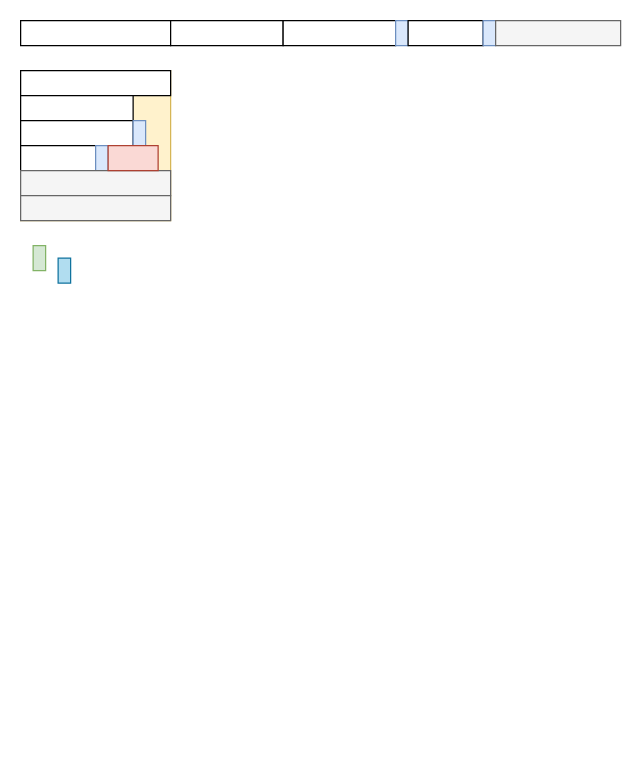
Before: page "Курсор дисплея" (7 of 7) of _Doc/LPM_class_component_diagram.drawio in Teslatec/LPM_Editor, a draw.io diagram. Source tidied: cells renumbered, new cells numbered last; positions are measured from the earlier drawing's top-left corner, leaving out a move shared by most shapes. Both pictures are drawn from the tidied source at 125%, with x=0, y=0 at pixel (20, 20).
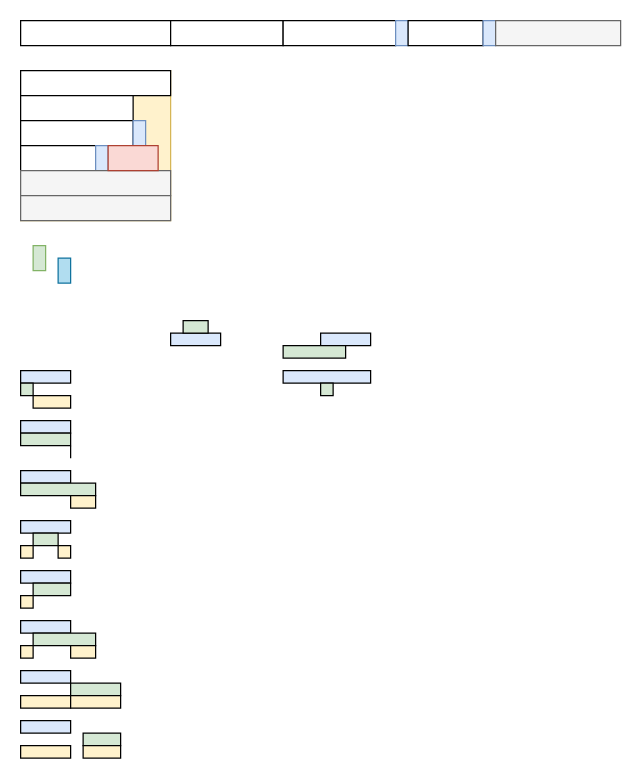
After the change.

What changed in the source:
```diff
@@
+    <mxCell id="21" style="rounded=0;whiteSpace=wrap;html=1;fillColor=#dae8fc;strokeColor=#000000;" parent="1" vertex="1">
+      <mxGeometry y="280" width="40" height="10" as="geometry" />
+    </mxCell>
+    <mxCell id="22" style="rounded=0;whiteSpace=wrap;html=1;fillColor=#d5e8d4;strokeColor=#000000;" parent="1" vertex="1">
+      <mxGeometry y="290" width="10" height="10" as="geometry" />
+    </mxCell>
+    <mxCell id="23" style="rounded=0;whiteSpace=wrap;html=1;fillColor=#dae8fc;strokeColor=#000000;" parent="1" vertex="1">
+      <mxGeometry y="360" width="40" height="10" as="geometry" />
+    </mxCell>
+    <mxCell id="24" style="rounded=0;whiteSpace=wrap;html=1;fillColor=#d5e8d4;strokeColor=#000000;" parent="1" vertex="1">
+      <mxGeometry y="370" width="60" height="10" as="geometry" />
+    </mxCell>
+    <mxCell id="25" style="rounded=0;whiteSpace=wrap;html=1;fillColor=#dae8fc;strokeColor=#000000;" parent="1" vertex="1">
+      <mxGeometry y="440" width="40" height="10" as="geometry" />
+    </mxCell>
+    <mxCell id="26" style="rounded=0;whiteSpace=wrap;html=1;fillColor=#d5e8d4;strokeColor=#000000;" parent="1" vertex="1">
+      <mxGeometry x="10" y="450" width="30" height="10" as="geometry" />
+    </mxCell>
+    <mxCell id="27" style="rounded=0;whiteSpace=wrap;html=1;fillColor=#dae8fc;strokeColor=#000000;" parent="1" vertex="1">
+      <mxGeometry y="320" width="40" height="10" as="geometry" />
+    </mxCell>
+    <mxCell id="28" style="rounded=0;whiteSpace=wrap;html=1;fillColor=#d5e8d4;strokeColor=#000000;" parent="1" vertex="1">
+      <mxGeometry y="330" width="40" height="10" as="geometry" />
+    </mxCell>
+    <mxCell id="29" style="rounded=0;whiteSpace=wrap;html=1;fillColor=#dae8fc;strokeColor=#000000;" parent="1" vertex="1">
+      <mxGeometry y="400" width="40" height="10" as="geometry" />
+    </mxCell>
+    <mxCell id="30" style="rounded=0;whiteSpace=wrap;html=1;fillColor=#d5e8d4;strokeColor=#000000;" parent="1" vertex="1">
+      <mxGeometry x="10" y="410" width="20" height="10" as="geometry" />
+    </mxCell>
+    <mxCell id="31" style="rounded=0;whiteSpace=wrap;html=1;fillColor=#dae8fc;strokeColor=#000000;" parent="1" vertex="1">
+      <mxGeometry y="480" width="40" height="10" as="geometry" />
+    </mxCell>
+    <mxCell id="32" style="rounded=0;whiteSpace=wrap;html=1;fillColor=#d5e8d4;strokeColor=#000000;" parent="1" vertex="1">
+      <mxGeometry x="10" y="490" width="50" height="10" as="geometry" />
+    </mxCell>
+    <mxCell id="33" style="rounded=0;whiteSpace=wrap;html=1;fillColor=#dae8fc;strokeColor=#000000;" parent="1" vertex="1">
+      <mxGeometry y="520" width="40" height="10" as="geometry" />
+    </mxCell>
+    <mxCell id="34" style="rounded=0;whiteSpace=wrap;html=1;fillColor=#d5e8d4;strokeColor=#000000;" parent="1" vertex="1">
+      <mxGeometry x="40" y="530" width="40" height="10" as="geometry" />
+    </mxCell>
+    <mxCell id="35" style="rounded=0;whiteSpace=wrap;html=1;fillColor=#fff2cc;strokeColor=#000000;" parent="1" vertex="1">
+      <mxGeometry x="10" y="300" width="30" height="10" as="geometry" />
+    </mxCell>
+    <mxCell id="36" style="endArrow=none;html=1;" parent="1" edge="1">
+      <mxGeometry relative="1" as="geometry">
+        <mxPoint x="40" y="350" as="sourcePoint" />
+        <mxPoint x="40" y="340" as="targetPoint" />
+      </mxGeometry>
+    </mxCell>
+    <mxCell id="37" style="rounded=0;whiteSpace=wrap;html=1;fillColor=#fff2cc;strokeColor=#000000;" parent="1" vertex="1">
+      <mxGeometry x="40" y="380" width="20" height="10" as="geometry" />
+    </mxCell>
+    <mxCell id="38" style="rounded=0;whiteSpace=wrap;html=1;fillColor=#fff2cc;strokeColor=#000000;" parent="1" vertex="1">
+      <mxGeometry y="420" width="10" height="10" as="geometry" />
+    </mxCell>
+    <mxCell id="39" style="rounded=0;whiteSpace=wrap;html=1;fillColor=#fff2cc;strokeColor=#000000;" parent="1" vertex="1">
+      <mxGeometry x="30" y="420" width="10" height="10" as="geometry" />
+    </mxCell>
+    <mxCell id="40" style="rounded=0;whiteSpace=wrap;html=1;fillColor=#fff2cc;strokeColor=#000000;" parent="1" vertex="1">
+      <mxGeometry y="460" width="10" height="10" as="geometry" />
+    </mxCell>
+    <mxCell id="41" style="rounded=0;whiteSpace=wrap;html=1;fillColor=#fff2cc;strokeColor=#000000;" parent="1" vertex="1">
+      <mxGeometry y="500" width="10" height="10" as="geometry" />
+    </mxCell>
+    <mxCell id="42" style="rounded=0;whiteSpace=wrap;html=1;fillColor=#fff2cc;strokeColor=#000000;" parent="1" vertex="1">
+      <mxGeometry x="40" y="500" width="20" height="10" as="geometry" />
+    </mxCell>
+    <mxCell id="43" style="rounded=0;whiteSpace=wrap;html=1;fillColor=#fff2cc;strokeColor=#000000;" parent="1" vertex="1">
+      <mxGeometry y="540" width="40" height="10" as="geometry" />
+    </mxCell>
+    <mxCell id="44" style="rounded=0;whiteSpace=wrap;html=1;fillColor=#dae8fc;strokeColor=#000000;" parent="1" vertex="1">
+      <mxGeometry y="560" width="40" height="10" as="geometry" />
+    </mxCell>
+    <mxCell id="45" style="rounded=0;whiteSpace=wrap;html=1;fillColor=#d5e8d4;strokeColor=#000000;" parent="1" vertex="1">
+      <mxGeometry x="50" y="570" width="30" height="10" as="geometry" />
+    </mxCell>
+    <mxCell id="46" style="rounded=0;whiteSpace=wrap;html=1;fillColor=#fff2cc;strokeColor=#000000;" parent="1" vertex="1">
+      <mxGeometry y="580" width="40" height="10" as="geometry" />
+    </mxCell>
+    <mxCell id="47" style="rounded=0;whiteSpace=wrap;html=1;fillColor=#fff2cc;strokeColor=#000000;" parent="1" vertex="1">
+      <mxGeometry x="50" y="580" width="30" height="10" as="geometry" />
+    </mxCell>
+    <mxCell id="48" style="rounded=0;whiteSpace=wrap;html=1;fillColor=#fff2cc;strokeColor=#000000;" parent="1" vertex="1">
+      <mxGeometry x="40" y="540" width="40" height="10" as="geometry" />
+    </mxCell>
+    <mxCell id="49" style="rounded=0;whiteSpace=wrap;html=1;fillColor=#dae8fc;strokeColor=#000000;" parent="1" vertex="1">
+      <mxGeometry x="120" y="250" width="40" height="10" as="geometry" />
+    </mxCell>
+    <mxCell id="50" style="rounded=0;whiteSpace=wrap;html=1;fillColor=#d5e8d4;strokeColor=#000000;" parent="1" vertex="1">
+      <mxGeometry x="130" y="240" width="20" height="10" as="geometry" />
+    </mxCell>
+    <mxCell id="51" style="rounded=0;whiteSpace=wrap;html=1;fillColor=#dae8fc;strokeColor=#000000;" parent="1" vertex="1">
+      <mxGeometry x="240" y="250" width="40" height="10" as="geometry" />
+    </mxCell>
+    <mxCell id="52" style="rounded=0;whiteSpace=wrap;html=1;fillColor=#d5e8d4;strokeColor=#000000;" parent="1" vertex="1">
+      <mxGeometry x="210" y="260" width="50" height="10" as="geometry" />
+    </mxCell>
+    <mxCell id="53" style="rounded=0;whiteSpace=wrap;html=1;fillColor=#dae8fc;strokeColor=#000000;" parent="1" vertex="1">
+      <mxGeometry x="210" y="280" width="70" height="10" as="geometry" />
+    </mxCell>
+    <mxCell id="54" style="rounded=0;whiteSpace=wrap;html=1;fillColor=#d5e8d4;strokeColor=#000000;" parent="1" vertex="1">
+      <mxGeometry x="240" y="290" width="10" height="10" as="geometry" />
+    </mxCell>
```
